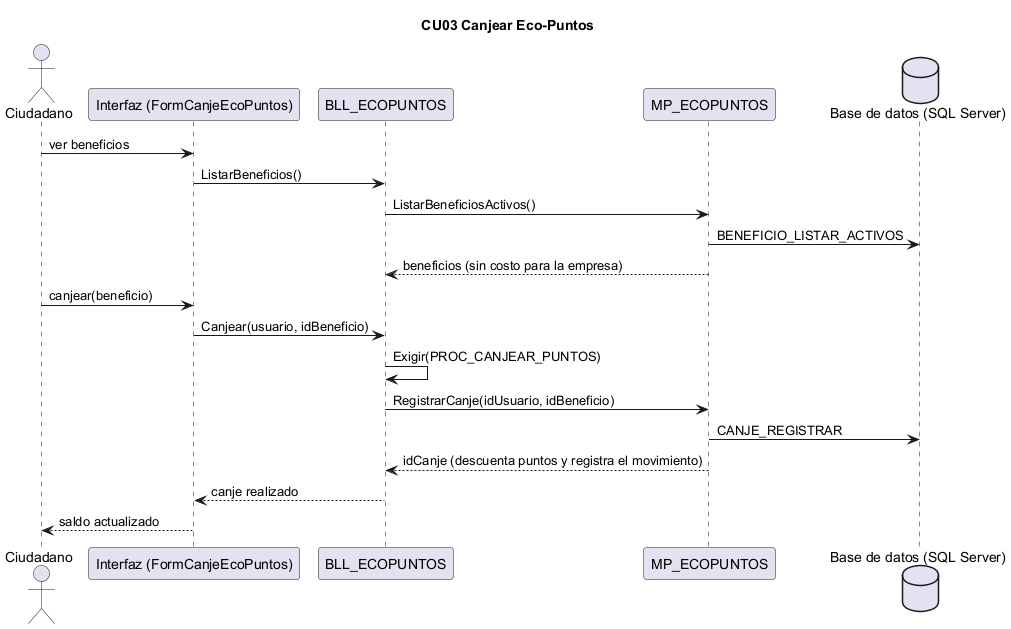
L-Muniz/uai-diploma_2026 keeps this PlantUML diagram as docs/diagramas/secuencias_png/CU03.png. Above is the earlier version.
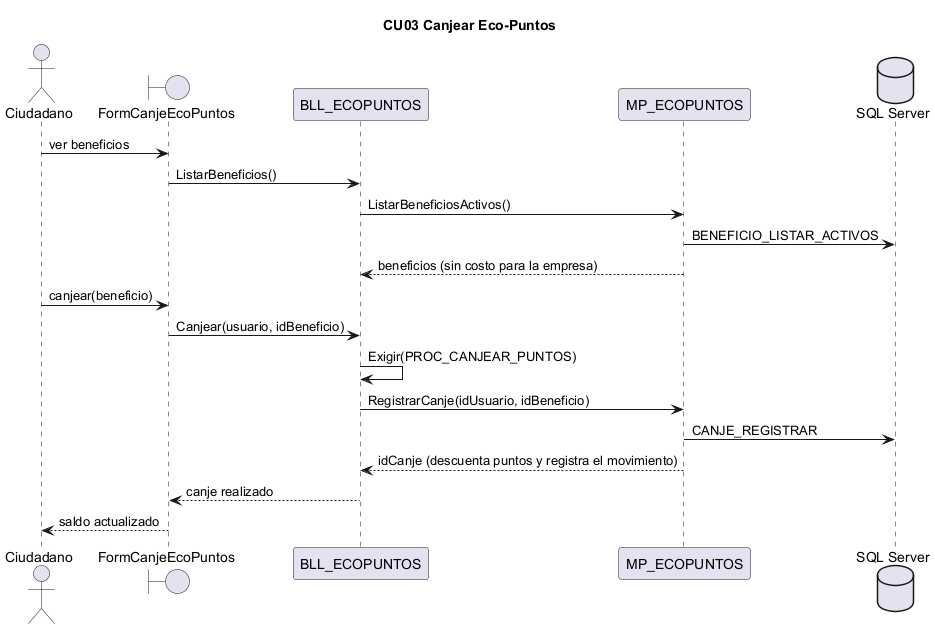
Above is the later version.

What changed in the source:
```diff
@@ -1,10 +1,10 @@
 @startuml CU03
 title CU03 Canjear Eco-Puntos
 actor Ciudadano
-participant "Interfaz (FormCanjeEcoPuntos)" as IU
+boundary "FormCanjeEcoPuntos" as IU
 participant "BLL_ECOPUNTOS" as BLL
 participant "MP_ECOPUNTOS" as DAL
-database "Base de datos (SQL Server)" as BD
+database "SQL Server" as BD
 Ciudadano -> IU : ver beneficios
 IU -> BLL : ListarBeneficios()
 BLL -> DAL : ListarBeneficiosActivos()
```
